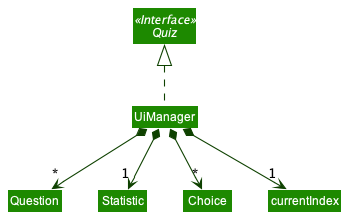
ryanpeh/SmartNUS keeps this PlantUML diagram as docs/images/developer-guide/QuizManagerClassDiagram.png. Above is the earlier version.
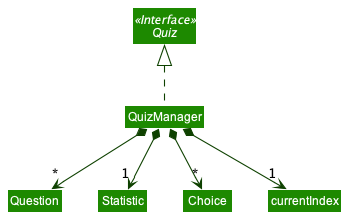
After the commit.

Change to the diagram source:
```diff
@@ -5,15 +5,15 @@
 skinparam classBackgroundColor UI_COLOR
 
 Interface Quiz <<Interface>>
-Class UiManager
+Class QuizManager
 Class Question
 Class Statistic
 Class Choice
 
-UiManager .up.|> Quiz
-UiManager *--> "*" Question
-UiManager *--> "*" Choice
-UiManager *--> "1" currentIndex
-UiManager *--> "1" Statistic
+QuizManager .up.|> Quiz
+QuizManager *--> "*" Question
+QuizManager *--> "*" Choice
+QuizManager *--> "1" currentIndex
+QuizManager *--> "1" Statistic
 
 @enduml
```
